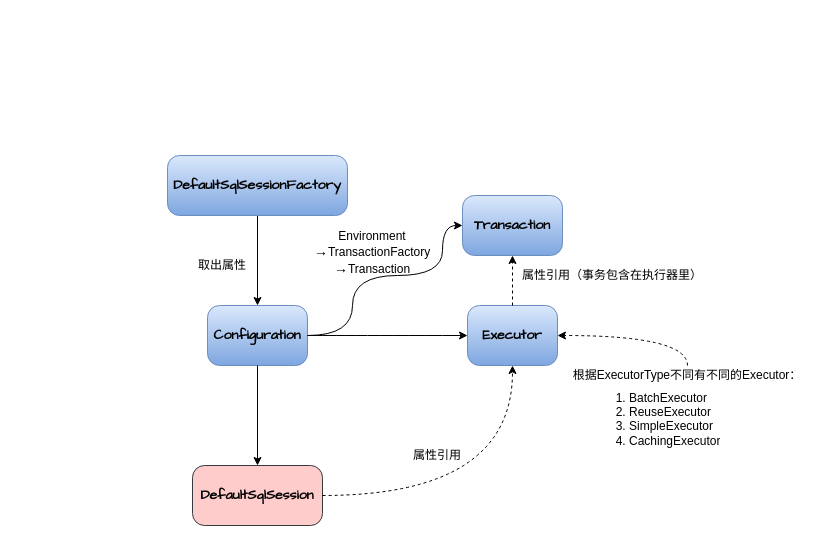
This is page "SqlSession创建" (3 of 5) of MyBatis概要流程.drawio from heweijun123/drawio-database, a draw.io file, before an edit. Source tidied: cells renumbered, new cells numbered last; positions are measured from the earlier drawing's top-left corner, leaving out a move shared by most shapes. Both pictures are drawn from the tidied source at 100%, with x=0, y=0 at pixel (167, 155).
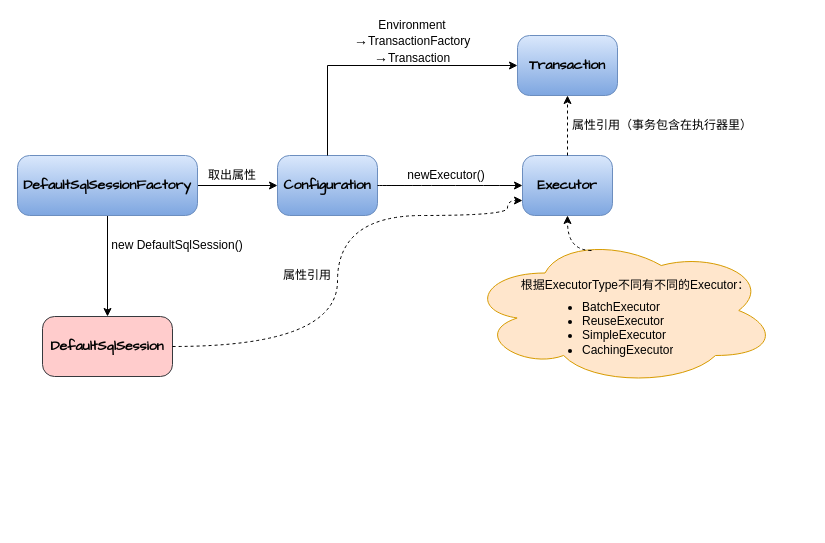
The same page after the edit.

The change refers to these unchanged cells:
```xml
<mxCell id="3" value="&lt;span style=&quot;color: rgb(0 , 0 , 0) ; font-size: 14px&quot;&gt;&lt;b&gt;Configuration&lt;/b&gt;&lt;/span&gt;" style="rounded=1;whiteSpace=wrap;html=1;shadow=0;fontColor=#000000;strokeColor=#6c8ebf;fillColor=#dae8fc;gradientColor=#7ea6e0;arcSize=20;fontFamily=Comic Sans MS;" parent="2" vertex="1">
  <mxGeometry width="100" height="60" as="geometry" />
</mxCell>
<mxCell id="6" value="&lt;span style=&quot;font-size: 14px&quot;&gt;&lt;b&gt;Transaction&lt;/b&gt;&lt;/span&gt;" style="rounded=1;whiteSpace=wrap;html=1;shadow=0;strokeColor=#6c8ebf;fillColor=#dae8fc;arcSize=20;fontFamily=Comic Sans MS;gradientColor=#7ea6e0;" parent="5" vertex="1">
  <mxGeometry width="100" height="60" as="geometry" />
</mxCell>
<mxCell id="10" value="&lt;span style=&quot;color: rgb(0 , 0 , 0) ; font-size: 14px&quot;&gt;&lt;b&gt;Executor&lt;/b&gt;&lt;/span&gt;" style="rounded=1;whiteSpace=wrap;html=1;shadow=0;fontColor=#000000;strokeColor=#6c8ebf;fillColor=#dae8fc;gradientColor=#7ea6e0;arcSize=20;fontFamily=Comic Sans MS;" parent="9" vertex="1">
  <mxGeometry width="90" height="60" as="geometry" />
</mxCell>
<mxCell id="17" value="&lt;span style=&quot;font-size: 14px&quot;&gt;&lt;b&gt;DefaultSqlSession&lt;/b&gt;&lt;/span&gt;" style="rounded=1;whiteSpace=wrap;html=1;shadow=0;strokeColor=#36393d;fillColor=#ffcccc;arcSize=20;fontFamily=Comic Sans MS;" parent="16" vertex="1">
  <mxGeometry width="130" height="60" as="geometry" />
</mxCell>
<mxCell id="21" value="&lt;span style=&quot;color: rgb(0 , 0 , 0) ; font-size: 14px&quot;&gt;&lt;b&gt;DefaultSqlSessionFactory&lt;/b&gt;&lt;/span&gt;" style="rounded=1;whiteSpace=wrap;html=1;shadow=0;fontColor=#000000;strokeColor=#6c8ebf;fillColor=#dae8fc;gradientColor=#7ea6e0;arcSize=20;fontFamily=Comic Sans MS;" parent="20" vertex="1">
  <mxGeometry width="180" height="60" as="geometry" />
</mxCell>
```

Diff of the diagram source:
```diff
@@
     <mxCell id="2" style="group;" parent="1" vertex="1">
-      <mxGeometry x="40" y="150" width="100" height="60" as="geometry" />
+      <mxGeometry x="110" width="100" height="60" as="geometry" />
     </mxCell>
@@
-    <mxCell id="4" style="rounded=0;jettySize=auto;html=1;exitX=0.5;exitY=1;exitDx=0;exitDy=0;" parent="1" edge="1" target="3">
-      <mxGeometry relative="1" as="geometry">
-        <mxPoint x="90" y="60" as="sourcePoint" />
-      </mxGeometry>
+    <mxCell id="4" style="rounded=0;jettySize=auto;html=1;exitX=1;exitY=0.5;exitDx=0;exitDy=0;" parent="1" edge="1" source="21" target="3">
+      <mxGeometry relative="1" as="geometry" />
     </mxCell>
     <mxCell id="5" style="group;" parent="1" vertex="1">
-      <mxGeometry x="295" y="40" width="110" height="60" as="geometry" />
+      <mxGeometry x="350" y="-120" width="110" height="60" as="geometry" />
     </mxCell>
@@
-    <mxCell id="7" style="edgeStyle=orthogonalEdgeStyle;rounded=0;jettySize=auto;html=1;exitX=1;exitY=0.5;exitDx=0;exitDy=0;curved=1;entryX=0;entryY=0.5;entryDx=0;entryDy=0;" parent="1" edge="1" source="3" target="6">
+    <mxCell id="7" style="rounded=0;jettySize=auto;html=1;exitX=0.5;exitY=0;exitDx=0;exitDy=0;entryX=0;entryY=0.5;entryDx=0;entryDy=0;" parent="1" edge="1" source="3" target="6">
       <mxGeometry relative="1" as="geometry">
         <Array as="points">
-          <mxPoint x="185" y="180" />
-          <mxPoint x="185" y="120" />
-          <mxPoint x="275" y="120" />
-          <mxPoint x="275" y="70" />
+          <mxPoint x="160" y="-90" />
         </Array>
       </mxGeometry>
     </mxCell>
     <mxCell id="8" value="Environment&lt;br&gt;&lt;b&gt;&lt;font style=&quot;font-size: 14px&quot;&gt;→&lt;/font&gt;&lt;/b&gt;TransactionFactory&lt;br&gt;&lt;b&gt;&lt;font style=&quot;font-size: 14px&quot;&gt;→&lt;/font&gt;&lt;/b&gt;Transaction" style="text;html=1;strokeColor=none;fillColor=none;align=center;verticalAlign=middle;whiteSpace=wrap;rounded=0;" parent="1" vertex="1">
-      <mxGeometry x="150" y="77" width="110" height="40" as="geometry" />
+      <mxGeometry x="190" y="-134" width="110" height="40" as="geometry" />
     </mxCell>
     <mxCell id="9" style="group;" parent="1" vertex="1">
-      <mxGeometry x="300" y="150" width="90" height="60" as="geometry" />
+      <mxGeometry x="355" width="90" height="60" as="geometry" />
     </mxCell>
@@
     <mxCell id="11" style="group;" parent="1" vertex="1">
-      <mxGeometry x="400" y="210" width="240" height="91" as="geometry" />
+      <mxGeometry x="350" y="120" width="260" height="121" as="geometry" />
     </mxCell>
+    <mxCell id="26" style="ellipse;shape=cloud;whiteSpace=wrap;html=1;strokeColor=#d79b00;fillColor=#ffe6cc;" parent="11" vertex="1">
+      <mxGeometry x="-50" y="-40" width="310" height="150" as="geometry" />
+    </mxCell>
     <mxCell id="12" value="根据ExecutorType不同有不同的Executor：&lt;br&gt;" style="text;html=1;strokeColor=none;fillColor=none;align=center;verticalAlign=middle;whiteSpace=wrap;rounded=0;" parent="11" vertex="1">
-      <mxGeometry width="240" height="20" as="geometry" />
+      <mxGeometry x="-2" width="240" height="20" as="geometry" />
     </mxCell>
-    <mxCell id="13" value="&lt;ol&gt;&lt;li&gt;BatchExecutor&lt;/li&gt;&lt;li&gt;ReuseExecutor&lt;/li&gt;&lt;li&gt;SimpleExecutor&lt;/li&gt;&lt;li&gt;CachingExecutor&lt;/li&gt;&lt;/ol&gt;" style="text;strokeColor=none;fillColor=none;html=1;whiteSpace=wrap;verticalAlign=middle;overflow=hidden;" parent="11" vertex="1">
-      <mxGeometry x="20" y="11" width="150" height="80" as="geometry" />
+    <mxCell id="13" value="&lt;ul&gt;&lt;li&gt;BatchExecutor&lt;/li&gt;&lt;li&gt;ReuseExecutor&lt;/li&gt;&lt;li&gt;SimpleExecutor&lt;/li&gt;&lt;li&gt;CachingExecutor&lt;/li&gt;&lt;/ul&gt;" style="text;strokeColor=none;fillColor=none;html=1;whiteSpace=wrap;verticalAlign=middle;overflow=hidden;" parent="11" vertex="1">
+      <mxGeometry x="23" y="10" width="140" height="80" as="geometry" />
     </mxCell>
@@
-    <mxCell id="15" style="edgeStyle=orthogonalEdgeStyle;rounded=0;jettySize=auto;html=1;entryX=1;entryY=0.5;entryDx=0;entryDy=0;dashed=1;curved=1;" parent="1" edge="1" target="10">
-      <mxGeometry relative="1" as="geometry">
-        <mxPoint x="520" y="210" as="sourcePoint" />
-        <Array as="points">
-          <mxPoint x="520" y="180" />
-        </Array>
-      </mxGeometry>
-    </mxCell>
     <mxCell id="16" style="group;" parent="1" vertex="1">
-      <mxGeometry x="25" y="310" width="130" height="60" as="geometry" />
+      <mxGeometry x="-125" y="161" width="130" height="60" as="geometry" />
     </mxCell>
@@
-    <mxCell id="18" style="rounded=0;jettySize=auto;html=1;exitX=0.5;exitY=1;exitDx=0;exitDy=0;entryX=0.5;entryY=0;entryDx=0;entryDy=0;" parent="1" edge="1" source="3" target="17">
+    <mxCell id="18" style="rounded=0;jettySize=auto;html=1;exitX=0.5;exitY=1;exitDx=0;exitDy=0;entryX=0.5;entryY=0;entryDx=0;entryDy=0;" parent="1" edge="1" source="21" target="17">
       <mxGeometry relative="1" as="geometry" />
     </mxCell>
     <mxCell id="19" value="属性引用（事务包含在执行器里）" style="text;html=1;strokeColor=none;fillColor=none;align=center;verticalAlign=middle;whiteSpace=wrap;rounded=0;" parent="1" vertex="1">
-      <mxGeometry x="350" y="110" width="190" height="20" as="geometry" />
+      <mxGeometry x="400" y="-40" width="190" height="20" as="geometry" />
     </mxCell>
     <mxCell id="20" style="group;" parent="1" vertex="1">
-      <mxGeometry width="180" height="60" as="geometry" />
+      <mxGeometry x="-150" width="180" height="60" as="geometry" />
     </mxCell>
@@
     <mxCell id="22" value="取出属性" style="text;html=1;strokeColor=none;fillColor=none;align=center;verticalAlign=middle;whiteSpace=wrap;rounded=0;" parent="1" vertex="1">
-      <mxGeometry x="30" y="100" width="50" height="20" as="geometry" />
+      <mxGeometry x="40" y="10" width="50" height="20" as="geometry" />
     </mxCell>
@@
-    <mxCell id="24" style="edgeStyle=orthogonalEdgeStyle;rounded=0;jettySize=auto;html=1;exitX=1;exitY=0.5;exitDx=0;exitDy=0;entryX=0.5;entryY=1;entryDx=0;entryDy=0;dashed=1;curved=1;" parent="1" edge="1" source="17" target="10">
-      <mxGeometry relative="1" as="geometry" />
+    <mxCell id="24" style="edgeStyle=orthogonalEdgeStyle;rounded=0;jettySize=auto;html=1;exitX=1;exitY=0.5;exitDx=0;exitDy=0;entryX=0;entryY=0.75;entryDx=0;entryDy=0;dashed=1;curved=1;" parent="1" edge="1" source="17" target="10">
+      <mxGeometry relative="1" as="geometry">
+        <Array as="points">
+          <mxPoint x="170" y="191" />
+          <mxPoint x="170" y="60" />
+          <mxPoint x="340" y="60" />
+          <mxPoint x="340" y="45" />
+        </Array>
+      </mxGeometry>
     </mxCell>
     <mxCell id="25" value="属性引用" style="text;html=1;strokeColor=none;fillColor=none;align=center;verticalAlign=middle;whiteSpace=wrap;rounded=0;" parent="1" vertex="1">
-      <mxGeometry x="240" y="290" width="60" height="20" as="geometry" />
+      <mxGeometry x="110" y="110" width="60" height="20" as="geometry" />
     </mxCell>
+    <mxCell id="27" style="edgeStyle=orthogonalEdgeStyle;rounded=0;jettySize=auto;html=1;exitX=0.4;exitY=0.1;exitDx=0;exitDy=0;exitPerimeter=0;entryX=0.5;entryY=1;entryDx=0;entryDy=0;dashed=1;curved=1;" parent="1" edge="1" source="26" target="10">
+      <mxGeometry relative="1" as="geometry">
+        <Array as="points">
+          <mxPoint x="400" y="95" />
+        </Array>
+      </mxGeometry>
+    </mxCell>
+    <mxCell id="28" value="newExecutor()" style="text;html=1;strokeColor=none;fillColor=none;align=center;verticalAlign=middle;whiteSpace=wrap;rounded=0;" parent="1" vertex="1">
+      <mxGeometry x="234" y="10" width="90" height="20" as="geometry" />
+    </mxCell>
+    <mxCell id="29" value="new DefaultSqlSession()" style="text;html=1;strokeColor=none;fillColor=none;align=center;verticalAlign=middle;whiteSpace=wrap;rounded=0;" parent="1" vertex="1">
+      <mxGeometry x="-60" y="80" width="140" height="20" as="geometry" />
+    </mxCell>
```
